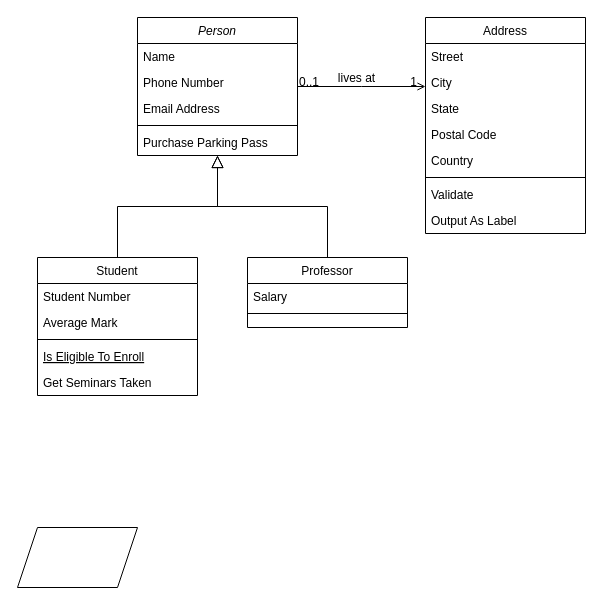
The draw.io diagram 未命名绘图.drawio in Mr-wangk/test, before the edit. Source tidied: cells renumbered, new cells numbered last; positions are measured from the earlier drawing's top-left corner, leaving out a move shared by most shapes. Both pictures are drawn from the tidied source at 100%, with x=0, y=0 at pixel (17, 17).
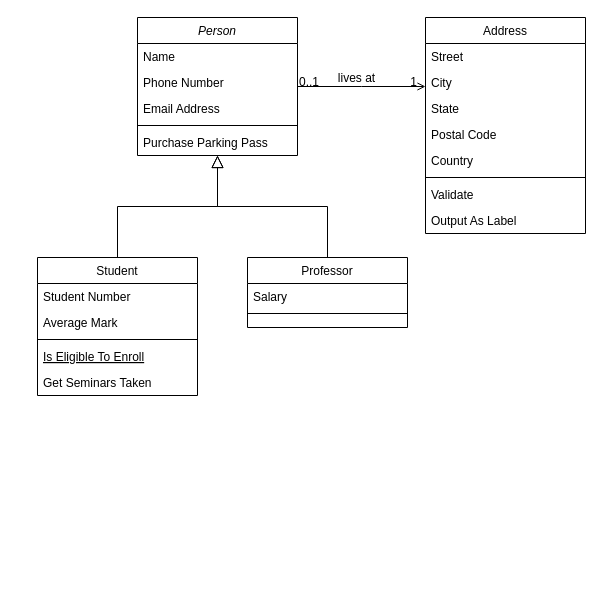
After the change.

Commit message:
已添加 未命名绘图.drawio

Change to the diagram source:
```diff
@@
-    <mxCell id="32" style="shape=parallelogram;perimeter=parallelogramPerimeter;whiteSpace=wrap;html=1;fixedSize=1;" parent="1" vertex="1">
-      <mxGeometry y="510" width="120" height="60" as="geometry" />
-    </mxCell>
```
